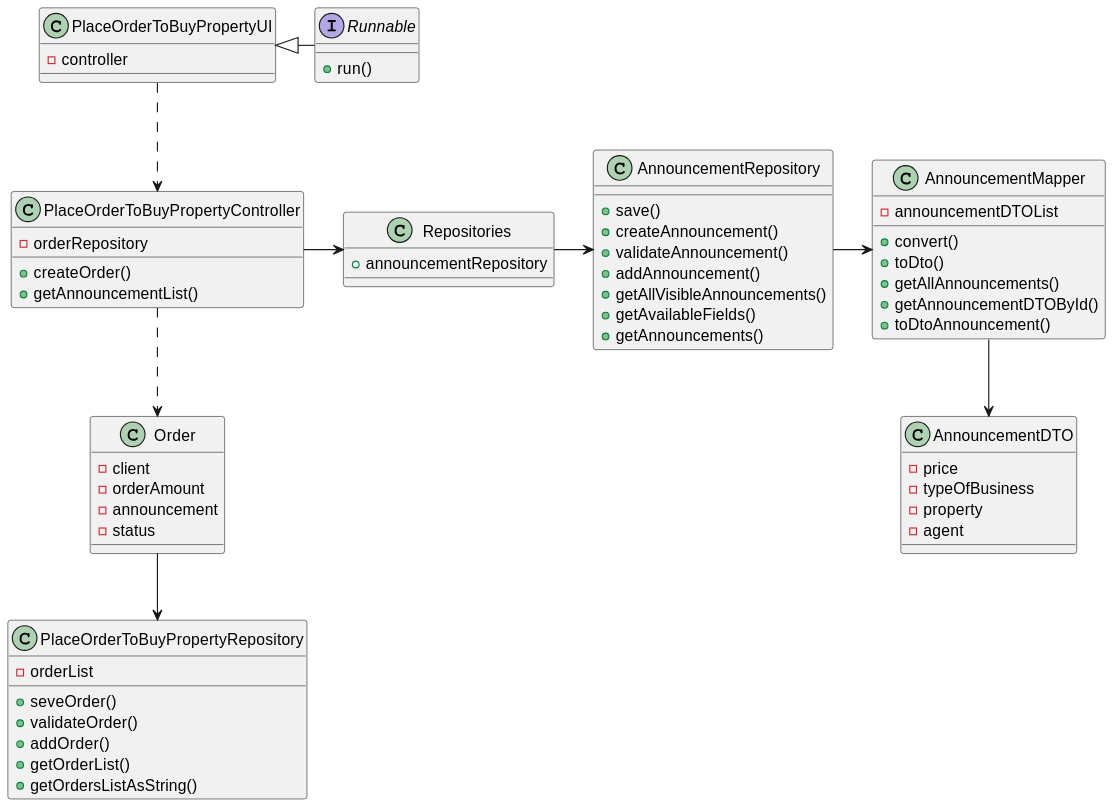
Before: docs/sprintD/US010/03.design/svg/CD.svg, a diagram exported from PlantUML (tiagohcorreia/LAPR2).
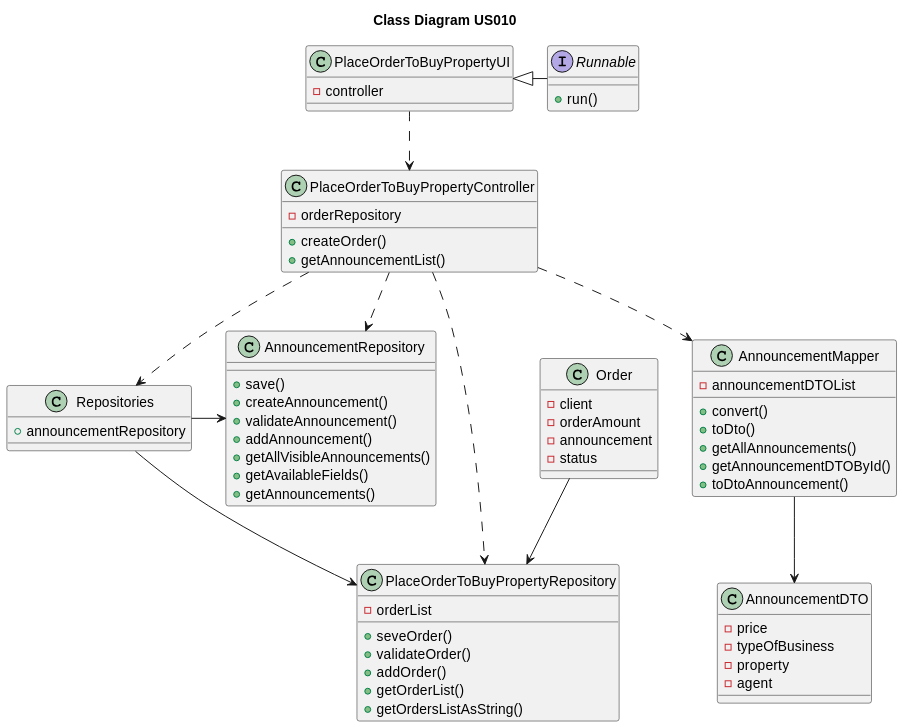
Above is the later version.

Commit message:
[US010] System sequence diagram updated. Sequence diagram updated. Class diagram updated. Tests added

The edit, as a diff of the source:
```diff
@@ -1,4 +1,6 @@
 @startuml
+title Class Diagram US010
+
 interface Runnable {
 
     + run()
@@ -69,13 +71,14 @@
 }
 
 
-
 Runnable -left-|> PlaceOrderToBuyPropertyUI
 PlaceOrderToBuyPropertyUI ..> PlaceOrderToBuyPropertyController
-PlaceOrderToBuyPropertyController -> Repositories
+PlaceOrderToBuyPropertyController ..> Repositories
+PlaceOrderToBuyPropertyController ..> AnnouncementRepository
 Repositories -> AnnouncementRepository
-AnnouncementRepository -> AnnouncementMapper
+Repositories --> PlaceOrderToBuyPropertyRepository
+PlaceOrderToBuyPropertyController ..> AnnouncementMapper
+PlaceOrderToBuyPropertyController ..> PlaceOrderToBuyPropertyRepository
 AnnouncementMapper --> AnnouncementDTO
-PlaceOrderToBuyPropertyController ..> Order
 Order --> PlaceOrderToBuyPropertyRepository
 @enduml
```
